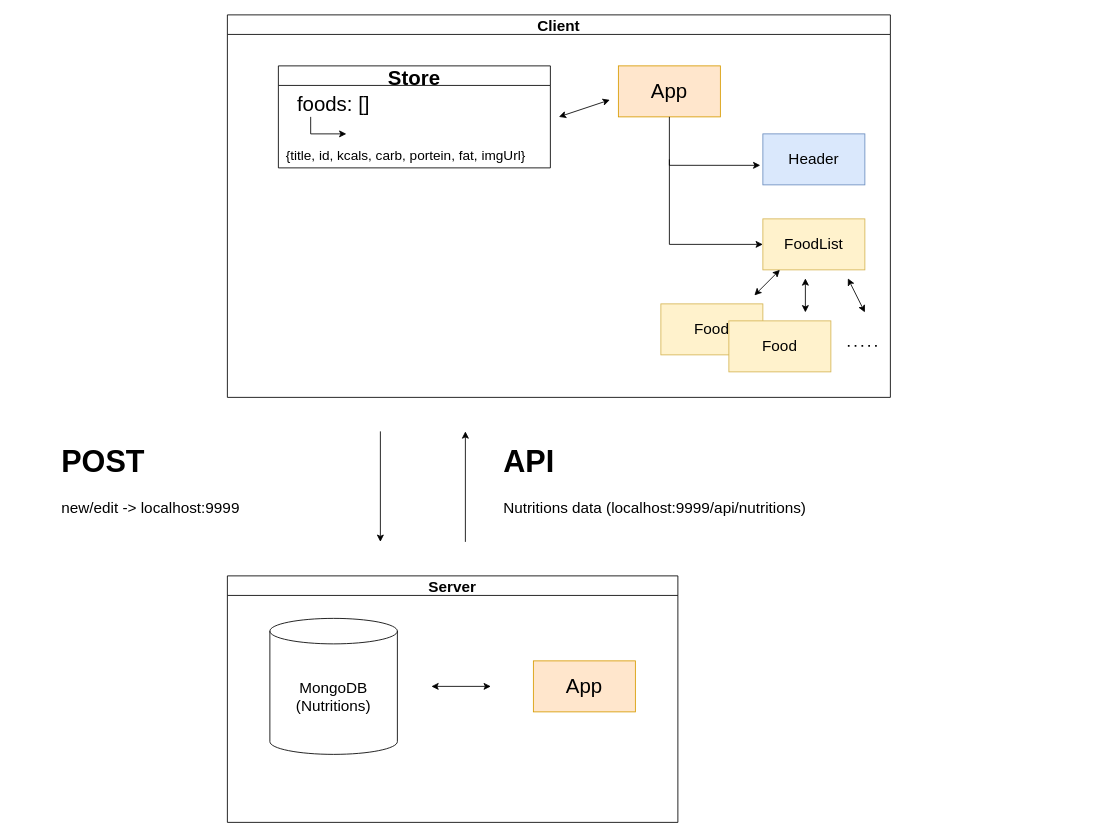
Above: model.drawio in TimDreamer/nutrition-app (draw.io), before the change. Source tidied: cells renumbered, new cells numbered last; positions are measured from the earlier drawing's top-left corner, leaving out a move shared by most shapes. Both pictures are drawn from the tidied source at 85%, with x=0, y=0 at pixel (57, 14).
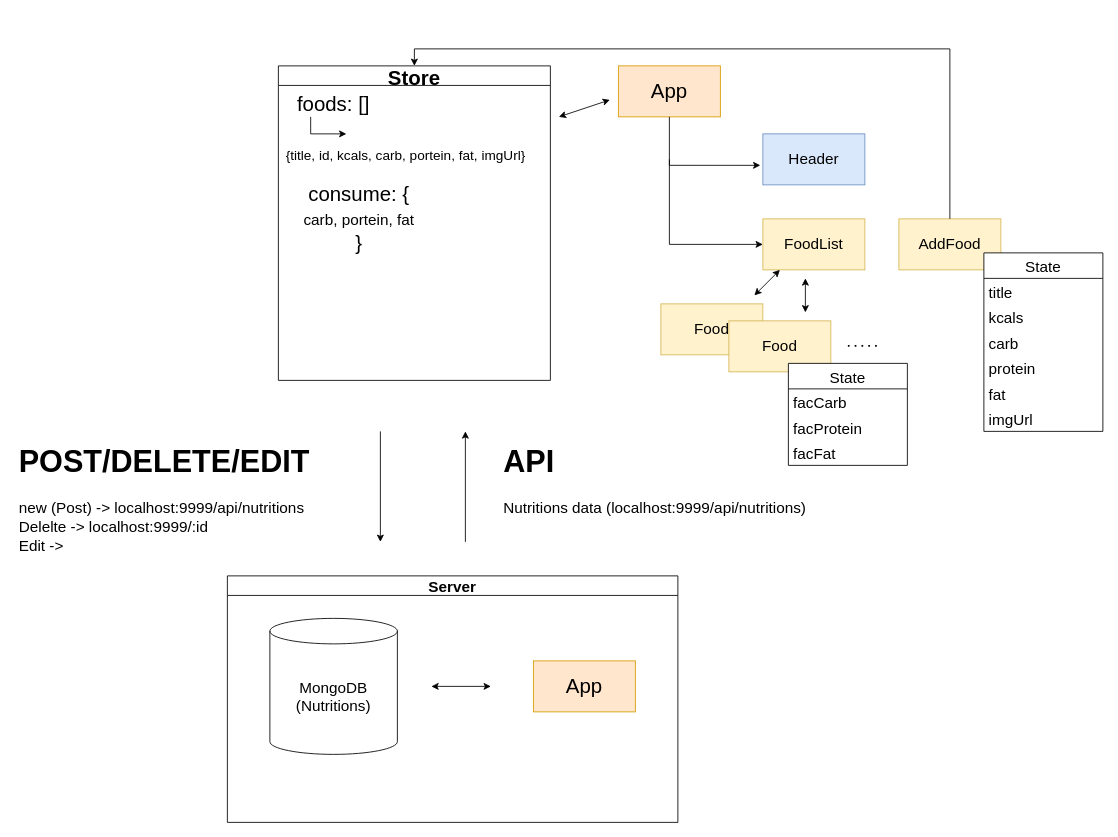
The same diagram, later.

The edit, as a diff of the source:
```diff
@@
     <mxCell id="3" value="Store" style="swimlane;fontSize=24;" parent="1" vertex="1">
-      <mxGeometry x="260" y="60" width="320" height="120" as="geometry" />
+      <mxGeometry x="260" y="60" width="320" height="370" as="geometry" />
     </mxCell>
@@
+    <mxCell id="27" value="consume: {&lt;br&gt;&lt;font style=&quot;font-size: 18px&quot;&gt;carb, portein, fat&lt;br&gt;&lt;/font&gt;}" style="text;html=1;strokeColor=none;fillColor=none;align=center;verticalAlign=middle;whiteSpace=wrap;rounded=0;fontSize=24;" parent="3" vertex="1">
+      <mxGeometry x="-30" y="140" width="250" height="80" as="geometry" />
+    </mxCell>
@@
-    <mxCell id="17" style="endArrow=classic;startArrow=classic;html=1;rounded=0;fontSize=18;" parent="1" edge="1">
-      <mxGeometry relative="1" as="geometry">
-        <mxPoint x="950" y="350" as="sourcePoint" />
-        <mxPoint x="930" y="310" as="targetPoint" />
-      </mxGeometry>
-    </mxCell>
-    <mxCell id="18" value="Client" style="swimlane;fontSize=18;" parent="1" vertex="1">
-      <mxGeometry x="200" width="780" height="450" as="geometry" />
-    </mxCell>
@@
-    <mxCell id="26" value="&lt;h1&gt;&lt;span&gt;POST&lt;/span&gt;&lt;/h1&gt;&lt;div&gt;&lt;span&gt;new/edit -&amp;gt; localhost:9999&lt;/span&gt;&lt;/div&gt;" style="text;html=1;strokeColor=none;fillColor=none;spacing=5;spacingTop=-20;whiteSpace=wrap;overflow=hidden;rounded=0;fontSize=18;" parent="1" vertex="1">
-      <mxGeometry y="490" width="340" height="120" as="geometry" />
+    <mxCell id="26" value="&lt;h1&gt;&lt;span&gt;POST/DELETE/EDIT&lt;/span&gt;&lt;/h1&gt;&lt;div&gt;&lt;span&gt;new (Post) -&amp;gt; localhost:9999/api/nutritions&lt;/span&gt;&lt;/div&gt;&lt;div&gt;Delelte -&amp;gt; localhost:9999/:id&lt;/div&gt;&lt;div&gt;Edit -&amp;gt;&amp;nbsp;&lt;/div&gt;" style="text;html=1;strokeColor=none;fillColor=none;spacing=5;spacingTop=-20;whiteSpace=wrap;overflow=hidden;rounded=0;fontSize=18;" parent="1" vertex="1">
+      <mxGeometry x="-50" y="490" width="390" height="150" as="geometry" />
     </mxCell>
+    <mxCell id="28" value="AddFood" style="rounded=0;whiteSpace=wrap;html=1;fontSize=18;fillColor=#fff2cc;strokeColor=#d6b656;" parent="1" vertex="1">
+      <mxGeometry x="990" y="240" width="120" height="60" as="geometry" />
+    </mxCell>
+    <mxCell id="29" style="endArrow=classic;html=1;rounded=0;fontSize=18;entryX=0.5;entryY=0;entryDx=0;entryDy=0;" parent="1" edge="1" source="28" target="3">
+      <mxGeometry relative="1" as="geometry">
+        <Array as="points">
+          <mxPoint x="1050" y="40" />
+          <mxPoint x="420" y="40" />
+        </Array>
+      </mxGeometry>
+    </mxCell>
+    <mxCell id="30" value="State" style="swimlane;fontStyle=0;horizontal=1;startSize=30;fontSize=18;" parent="1" vertex="1">
+      <mxGeometry x="1090" y="280" width="140" height="210" as="geometry" />
+    </mxCell>
+    <mxCell id="31" value="title        " style="text;strokeColor=none;fillColor=none;align=left;verticalAlign=middle;spacingLeft=4;spacingRight=4;overflow=hidden;fontSize=18;" parent="30" vertex="1">
+      <mxGeometry y="30" width="140" height="30" as="geometry" />
+    </mxCell>
+    <mxCell id="32" value="kcals" style="text;strokeColor=none;fillColor=none;align=left;verticalAlign=middle;spacingLeft=4;spacingRight=4;overflow=hidden;fontSize=18;" parent="30" vertex="1">
+      <mxGeometry y="60" width="140" height="30" as="geometry" />
+    </mxCell>
+    <mxCell id="33" value="carb" style="text;strokeColor=none;fillColor=none;align=left;verticalAlign=middle;spacingLeft=4;spacingRight=4;overflow=hidden;fontSize=18;" parent="30" vertex="1">
+      <mxGeometry y="90" width="140" height="30" as="geometry" />
+    </mxCell>
+    <mxCell id="34" value="protein" style="text;strokeColor=none;fillColor=none;align=left;verticalAlign=middle;spacingLeft=4;spacingRight=4;overflow=hidden;fontSize=18;" parent="30" vertex="1">
+      <mxGeometry y="120" width="140" height="30" as="geometry" />
+    </mxCell>
+    <mxCell id="35" value="fat" style="text;strokeColor=none;fillColor=none;align=left;verticalAlign=middle;spacingLeft=4;spacingRight=4;overflow=hidden;fontSize=18;" parent="30" vertex="1">
+      <mxGeometry y="150" width="140" height="30" as="geometry" />
+    </mxCell>
+    <mxCell id="36" value="imgUrl" style="text;strokeColor=none;fillColor=none;align=left;verticalAlign=middle;spacingLeft=4;spacingRight=4;overflow=hidden;fontSize=18;" parent="30" vertex="1">
+      <mxGeometry y="180" width="140" height="30" as="geometry" />
+    </mxCell>
+    <mxCell id="37" value="State" style="swimlane;fontStyle=0;horizontal=1;startSize=30;fontSize=18;" parent="1" vertex="1">
+      <mxGeometry x="860" y="410" width="140" height="120" as="geometry" />
+    </mxCell>
+    <mxCell id="38" value="facCarb" style="text;strokeColor=none;fillColor=none;align=left;verticalAlign=middle;spacingLeft=4;spacingRight=4;overflow=hidden;fontSize=18;" parent="37" vertex="1">
+      <mxGeometry y="30" width="140" height="30" as="geometry" />
+    </mxCell>
+    <mxCell id="39" value="facProtein" style="text;strokeColor=none;fillColor=none;align=left;verticalAlign=middle;spacingLeft=4;spacingRight=4;overflow=hidden;fontSize=18;" parent="37" vertex="1">
+      <mxGeometry y="60" width="140" height="30" as="geometry" />
+    </mxCell>
+    <mxCell id="40" value="facFat" style="text;strokeColor=none;fillColor=none;align=left;verticalAlign=middle;spacingLeft=4;spacingRight=4;overflow=hidden;fontSize=18;" parent="37" vertex="1">
+      <mxGeometry y="90" width="140" height="30" as="geometry" />
+    </mxCell>
```
